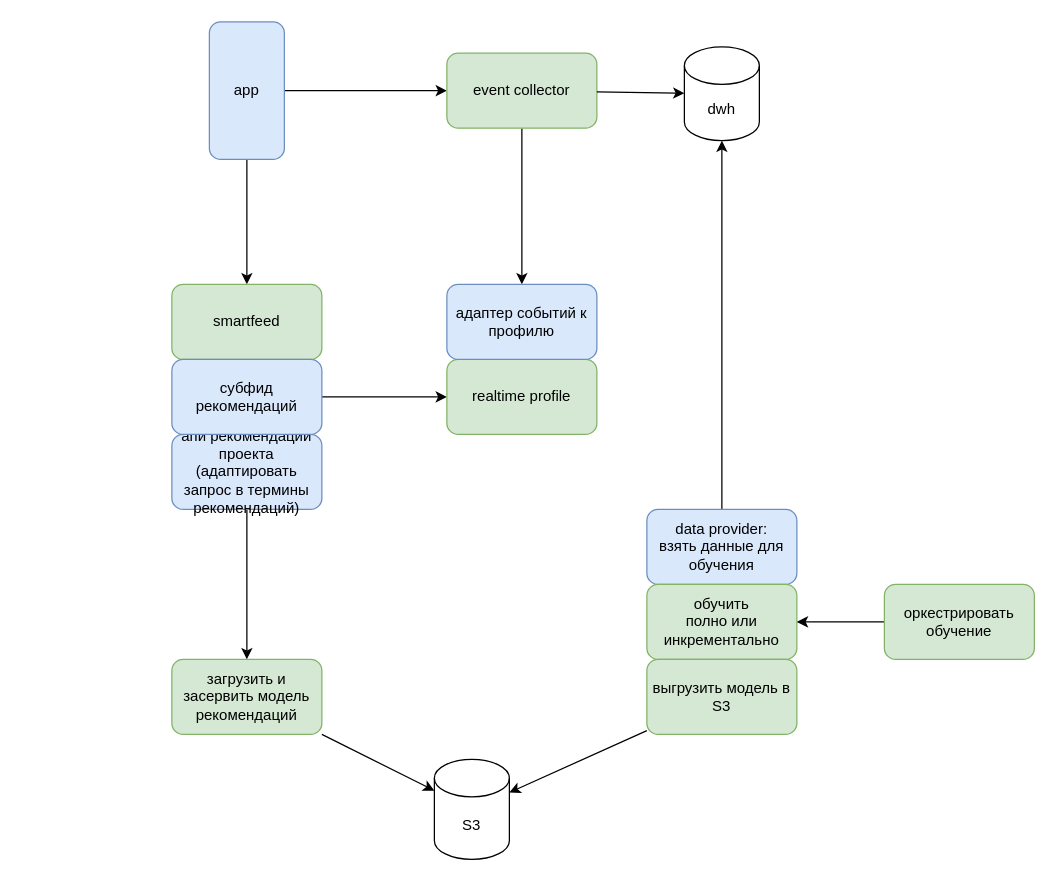
This is docs/architecture.drawio from epoch8/smartrec, a draw.io file, before an edit. Source tidied: cells renumbered, new cells numbered last; positions are measured from the earlier drawing's top-left corner, leaving out a move shared by most shapes. Both pictures are drawn from the tidied source at 125%, with x=0, y=0 at pixel (171, 21).
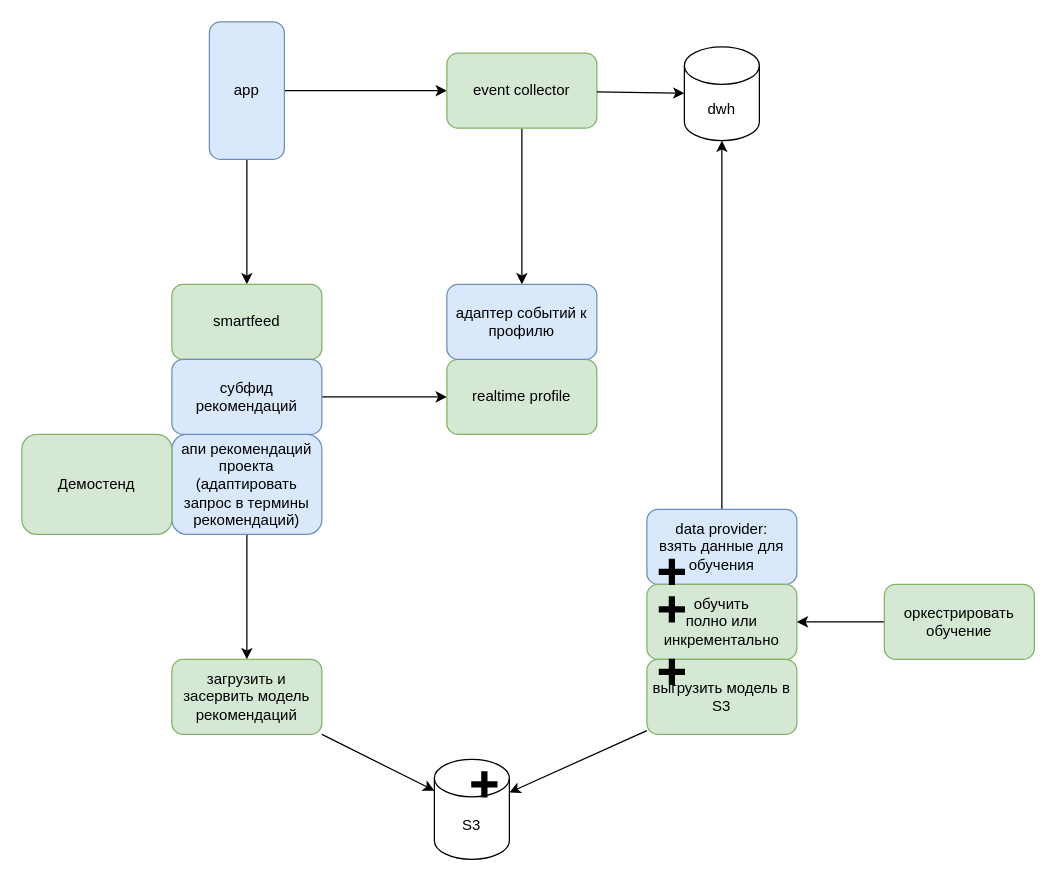
Above is the later version.

The edit, as a diff of the source:
```diff
@@
     <mxCell id="15" value="апи рекомендаций проекта&lt;div&gt;(адаптировать запрос в термины рекомендаций)&lt;/div&gt;" style="rounded=1;whiteSpace=wrap;html=1;strokeColor=#6c8ebf;align=center;verticalAlign=middle;fontFamily=Helvetica;fontSize=12;fillColor=#dae8fc;" parent="1" vertex="1">
-      <mxGeometry y="330" width="120" height="60" as="geometry" />
+      <mxGeometry y="330" width="120" height="80" as="geometry" />
     </mxCell>
@@
+    <mxCell id="26" style="shape=cross;whiteSpace=wrap;html=1;fillColor=#000000;" parent="1" vertex="1">
+      <mxGeometry x="390" y="460" width="20" height="20" as="geometry" />
+    </mxCell>
+    <mxCell id="27" style="shape=cross;whiteSpace=wrap;html=1;fillColor=#000000;" parent="1" vertex="1">
+      <mxGeometry x="390" y="510" width="20" height="20" as="geometry" />
+    </mxCell>
+    <mxCell id="28" style="shape=cross;whiteSpace=wrap;html=1;fillColor=#000000;" parent="1" vertex="1">
+      <mxGeometry x="390" y="430" width="20" height="20" as="geometry" />
+    </mxCell>
+    <mxCell id="29" style="shape=cross;whiteSpace=wrap;html=1;fillColor=#000000;" parent="1" vertex="1">
+      <mxGeometry x="240" y="600" width="20" height="20" as="geometry" />
+    </mxCell>
+    <mxCell id="30" value="Демостенд" style="rounded=1;whiteSpace=wrap;html=1;strokeColor=#82b366;align=center;verticalAlign=middle;fontFamily=Helvetica;fontSize=12;fillColor=#d5e8d4;" parent="1" vertex="1">
+      <mxGeometry x="-120" y="330" width="120" height="80" as="geometry" />
+    </mxCell>
```
